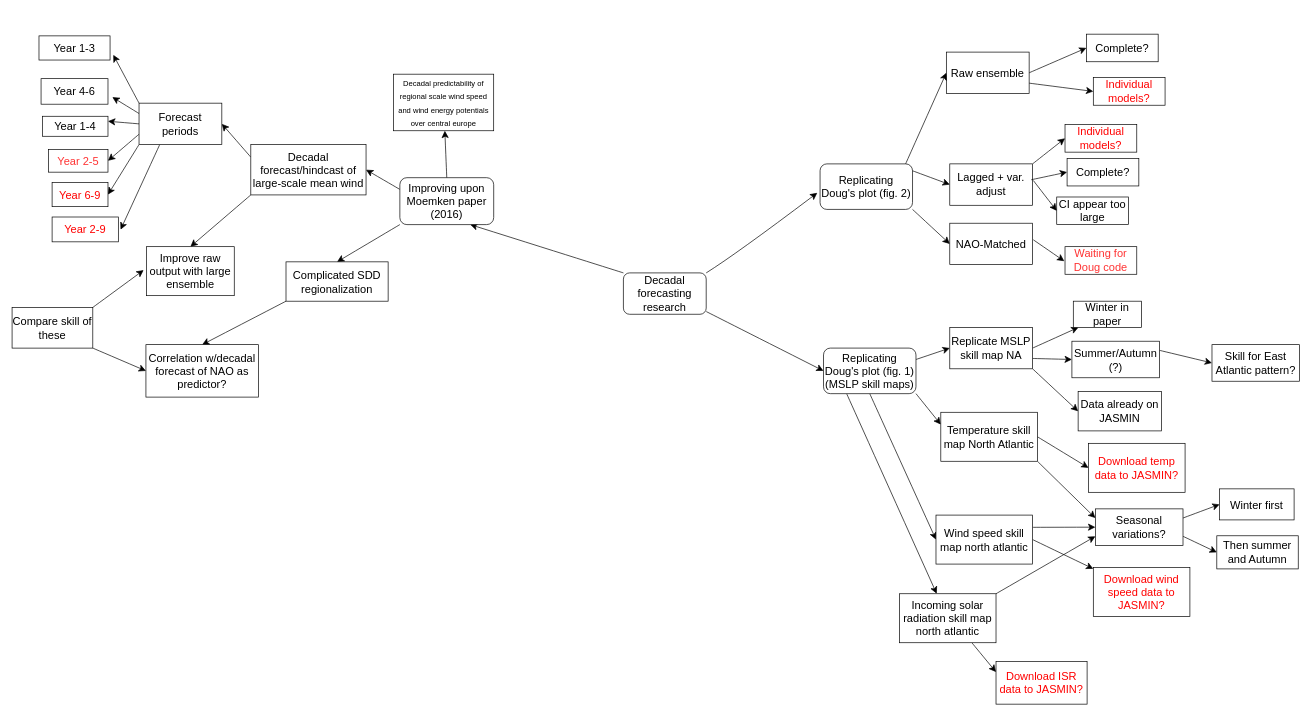
Earlier version of the draw.io diagram research_plan.drawio (benhutchmet/multi-model-jasmin). Source tidied: cells renumbered, new cells numbered last; positions are measured from the earlier drawing's top-left corner, leaving out a move shared by most shapes. Both pictures are drawn from the tidied source at 69%, with x=0, y=0 at pixel (12, 34).
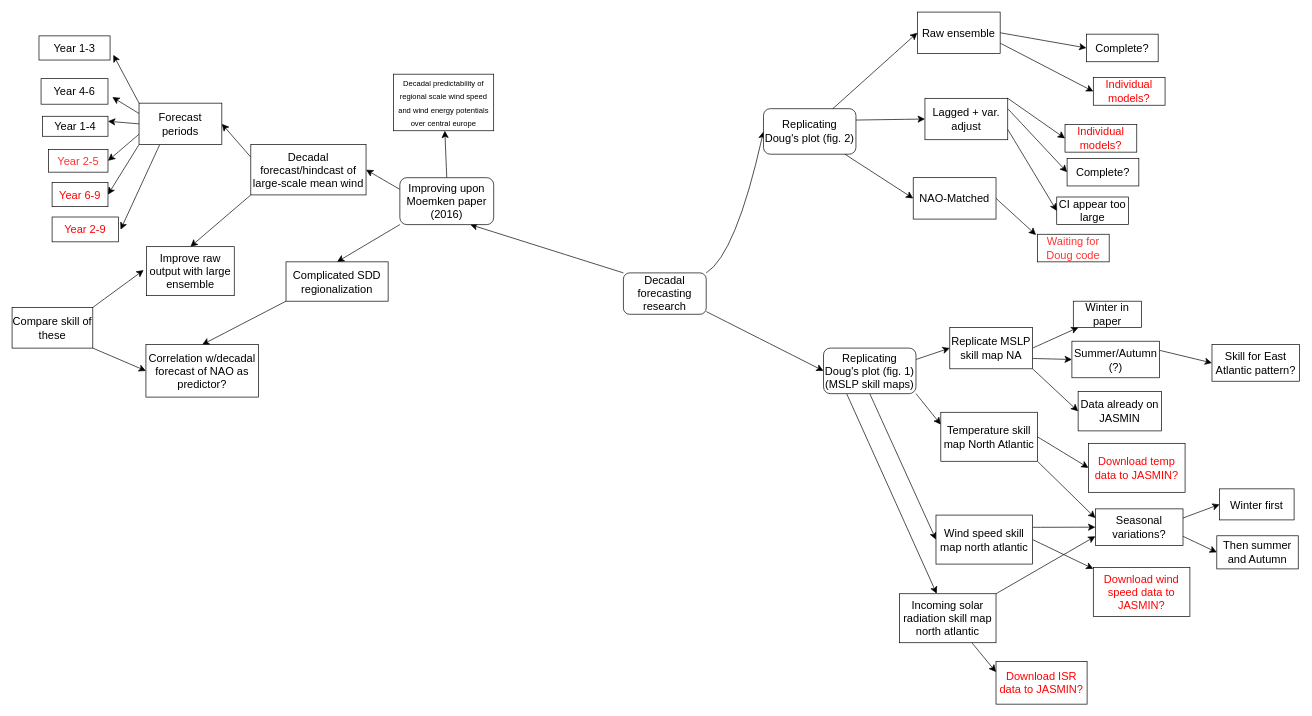
After the change.

Commit message:
updated research plan

The change refers to these unchanged cells:
```xml
<mxCell id="3" value="&lt;div&gt;Decadal forecasting research&lt;/div&gt;" style="rounded=1;whiteSpace=wrap;html=1;fontSize=16;" parent="1" vertex="1">
  <mxGeometry x="886" y="346" width="120" height="60" as="geometry" />
</mxCell>
<mxCell id="14" value="CI appear too large" style="rounded=0;whiteSpace=wrap;html=1;fontSize=16;" parent="1" vertex="1">
  <mxGeometry x="1514" y="236" width="104" height="40" as="geometry" />
</mxCell>
<mxCell id="15" value="Complete?" style="rounded=0;whiteSpace=wrap;html=1;fontSize=16;" parent="1" vertex="1">
  <mxGeometry x="1529" y="180" width="104" height="40" as="geometry" />
</mxCell>
```

Diff of the diagram source:
```diff
@@
-    <mxCell id="4" style="endArrow=classic;html=1;rounded=0;fontSize=12;startSize=8;endSize=8;curved=1;exitX=1;exitY=0;exitDx=0;exitDy=0;" parent="1" edge="1" source="3">
+    <mxCell id="4" style="endArrow=classic;html=1;rounded=0;fontSize=12;startSize=8;endSize=8;curved=1;exitX=1;exitY=0;exitDx=0;exitDy=0;entryX=0;entryY=0.5;entryDx=0;entryDy=0;" parent="1" edge="1" source="3" target="5">
       <mxGeometry relative="1" as="geometry">
-        <mxPoint x="1167" y="230" as="targetPoint" />
         <Array as="points">
           <mxPoint x="1049" y="319" />
         </Array>
       </mxGeometry>
     </mxCell>
     <mxCell id="5" value="Replicating Doug's plot (fig. 2)" style="rounded=1;whiteSpace=wrap;html=1;fontSize=16;" parent="1" vertex="1">
-      <mxGeometry x="1171" y="188" width="134" height="66" as="geometry" />
+      <mxGeometry x="1089" y="108" width="134" height="66" as="geometry" />
     </mxCell>
@@
     <mxCell id="8" value="Raw ensemble" style="rounded=0;whiteSpace=wrap;html=1;fontSize=16;" parent="1" vertex="1">
-      <mxGeometry x="1354" y="26" width="120" height="60" as="geometry" />
+      <mxGeometry x="1312" y="-32" width="120" height="60" as="geometry" />
     </mxCell>
@@
     <mxCell id="10" value="Lagged + var. adjust" style="rounded=0;whiteSpace=wrap;html=1;fontSize=16;" parent="1" vertex="1">
-      <mxGeometry x="1359" y="188" width="120" height="60" as="geometry" />
+      <mxGeometry x="1323" y="93" width="120" height="60" as="geometry" />
     </mxCell>
-    <mxCell id="11" style="endArrow=classic;html=1;rounded=0;fontSize=12;startSize=8;endSize=8;curved=1;entryX=0;entryY=0.5;entryDx=0;entryDy=0;" parent="1" edge="1" target="8">
-      <mxGeometry relative="1" as="geometry">
-        <mxPoint x="1295" y="188" as="sourcePoint" />
-      </mxGeometry>
+    <mxCell id="11" style="endArrow=classic;html=1;rounded=0;fontSize=12;startSize=8;endSize=8;curved=1;entryX=0;entryY=0.5;entryDx=0;entryDy=0;exitX=0.75;exitY=0;exitDx=0;exitDy=0;" parent="1" edge="1" source="5" target="8">
+      <mxGeometry relative="1" as="geometry" />
     </mxCell>
-    <mxCell id="12" style="endArrow=classic;html=1;rounded=0;fontSize=12;startSize=8;endSize=8;curved=1;entryX=0;entryY=0.5;entryDx=0;entryDy=0;" parent="1" edge="1" target="10">
-      <mxGeometry relative="1" as="geometry">
-        <mxPoint x="1305" y="198" as="sourcePoint" />
-      </mxGeometry>
+    <mxCell id="12" style="endArrow=classic;html=1;rounded=0;fontSize=12;startSize=8;endSize=8;curved=1;entryX=0;entryY=0.5;entryDx=0;entryDy=0;exitX=1;exitY=0.25;exitDx=0;exitDy=0;" parent="1" edge="1" source="5" target="10">
+      <mxGeometry relative="1" as="geometry" />
     </mxCell>
@@
-    <mxCell id="16" style="endArrow=classic;html=1;rounded=0;fontSize=12;startSize=8;endSize=8;curved=1;entryX=0;entryY=0.5;entryDx=0;entryDy=0;" parent="1" edge="1" target="15">
-      <mxGeometry relative="1" as="geometry">
-        <mxPoint x="1477" y="211" as="sourcePoint" />
-      </mxGeometry>
+    <mxCell id="16" style="endArrow=classic;html=1;rounded=0;fontSize=12;startSize=8;endSize=8;curved=1;entryX=0;entryY=0.5;entryDx=0;entryDy=0;exitX=1;exitY=0.25;exitDx=0;exitDy=0;" parent="1" edge="1" source="10" target="15">
+      <mxGeometry relative="1" as="geometry" />
     </mxCell>
-    <mxCell id="17" style="endArrow=classic;html=1;rounded=0;fontSize=12;startSize=8;endSize=8;curved=1;entryX=0;entryY=0.5;entryDx=0;entryDy=0;" parent="1" edge="1" target="14">
-      <mxGeometry relative="1" as="geometry">
-        <mxPoint x="1480" y="212" as="sourcePoint" />
-      </mxGeometry>
+    <mxCell id="17" style="endArrow=classic;html=1;rounded=0;fontSize=12;startSize=8;endSize=8;curved=1;entryX=0;entryY=0.5;entryDx=0;entryDy=0;exitX=1;exitY=0.75;exitDx=0;exitDy=0;" parent="1" edge="1" source="10" target="14">
+      <mxGeometry relative="1" as="geometry" />
     </mxCell>
     <mxCell id="18" value="&lt;div&gt;NAO-Matched&lt;/div&gt;" style="rounded=0;whiteSpace=wrap;html=1;fontSize=16;" parent="1" vertex="1">
-      <mxGeometry x="1359" y="274" width="120" height="60" as="geometry" />
+      <mxGeometry x="1306" y="208" width="120" height="60" as="geometry" />
     </mxCell>
-    <mxCell id="19" style="endArrow=classic;html=1;rounded=0;fontSize=12;startSize=8;endSize=8;curved=1;entryX=0;entryY=0.5;entryDx=0;entryDy=0;exitX=1;exitY=1;exitDx=0;exitDy=0;" parent="1" edge="1" source="5" target="18">
+    <mxCell id="19" style="endArrow=classic;html=1;rounded=0;fontSize=12;startSize=8;endSize=8;curved=1;entryX=0;entryY=0.5;entryDx=0;entryDy=0;" parent="1" edge="1" source="5" target="18">
       <mxGeometry relative="1" as="geometry" />
     </mxCell>
     <mxCell id="20" value="&lt;font color=&quot;#ff3333&quot;&gt;Waiting for Doug code&lt;/font&gt;" style="rounded=0;whiteSpace=wrap;html=1;fontSize=16;" parent="1" vertex="1">
-      <mxGeometry x="1526" y="308" width="104" height="40" as="geometry" />
+      <mxGeometry x="1486" y="290" width="104" height="40" as="geometry" />
     </mxCell>
-    <mxCell id="21" style="endArrow=classic;html=1;rounded=0;fontSize=12;startSize=8;endSize=8;curved=1;" parent="1" edge="1">
+    <mxCell id="21" style="endArrow=classic;html=1;rounded=0;fontSize=12;startSize=8;endSize=8;curved=1;exitX=1;exitY=0.5;exitDx=0;exitDy=0;" parent="1" edge="1" source="18">
       <mxGeometry relative="1" as="geometry">
-        <mxPoint x="1480" y="298" as="sourcePoint" />
-        <mxPoint x="1525" y="329" as="targetPoint" />
+        <mxPoint x="1484" y="291" as="targetPoint" />
       </mxGeometry>
     </mxCell>
```
